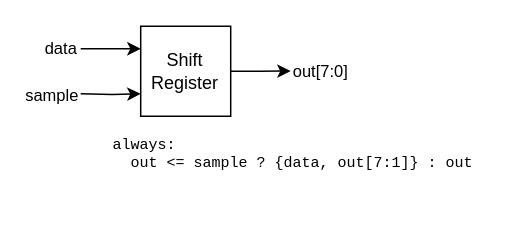
This is page "Shift Register" (5 of 6) of diagrams/usb-rx.drawio from bryceberger/337-project, a draw.io file, before an edit. Source tidied: cells renumbered, new cells numbered last; positions are measured from the earlier drawing's top-left corner, leaving out a move shared by most shapes. Both pictures are drawn from the tidied source at 150%, with x=0, y=0 at pixel (80, 26).
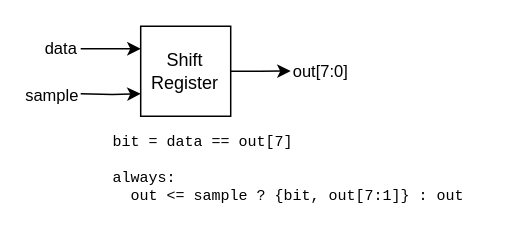
After the change.

Change to the diagram source:
```diff
@@
 <mxGraphModel>
   <root>
     <mxCell id="0" />
     <mxCell id="1" parent="0" />
     <mxCell id="2" style="edgeStyle=orthogonalEdgeStyle;rounded=0;jettySize=auto;html=1;entryX=0;entryY=0.25;entryDx=0;entryDy=0;" parent="1" edge="1" target="8">
       <mxGeometry relative="1" as="geometry">
         <mxPoint x="0.3" y="15" as="sourcePoint" />
         <Array as="points">
           <mxPoint x="0.3" y="15" />
         </Array>
       </mxGeometry>
     </mxCell>
     <mxCell id="3" value="data" style="edgeLabel;html=1;align=center;verticalAlign=middle;" parent="2" vertex="1">
       <mxGeometry x="-0.9" y="-1" relative="1" as="geometry">
         <mxPoint x="-16" y="-2" as="offset" />
       </mxGeometry>
     </mxCell>
     <mxCell id="4" style="edgeStyle=orthogonalEdgeStyle;rounded=0;jettySize=auto;html=1;exitX=0;exitY=0.75;exitDx=0;exitDy=0;entryX=0;entryY=0.75;entryDx=0;entryDy=0;" parent="1" edge="1" target="8">
       <mxGeometry relative="1" as="geometry">
         <mxPoint x="0.3" y="45" as="sourcePoint" />
       </mxGeometry>
     </mxCell>
     <mxCell id="5" value="sample" style="edgeLabel;html=1;align=center;verticalAlign=middle;" parent="4" vertex="1">
       <mxGeometry x="-0.92" relative="1" as="geometry">
         <mxPoint x="-22" as="offset" />
       </mxGeometry>
     </mxCell>
     <mxCell id="6" style="edgeStyle=orthogonalEdgeStyle;rounded=0;jettySize=auto;html=1;exitX=1;exitY=0.5;exitDx=0;exitDy=0;" parent="1" edge="1" source="8">
       <mxGeometry relative="1" as="geometry">
         <mxPoint x="140.3" y="29.8" as="targetPoint" />
       </mxGeometry>
     </mxCell>
     <mxCell id="7" value="out[7:0]" style="edgeLabel;html=1;align=center;verticalAlign=middle;" parent="6" vertex="1">
       <mxGeometry x="0.72" y="1" relative="1" as="geometry">
         <mxPoint x="25" y="1" as="offset" />
       </mxGeometry>
     </mxCell>
     <mxCell id="8" value="Shift&lt;br&gt;Register" style="whiteSpace=wrap;html=1;" parent="1" vertex="1">
       <mxGeometry x="40.3" width="60" height="60" as="geometry" />
     </mxCell>
-    <mxCell id="9" value="always:&lt;br&gt;&amp;nbsp; out &amp;lt;= sample ? {data, out[7:1]} : out" style="text;html=1;strokeColor=none;fillColor=none;align=left;verticalAlign=middle;whiteSpace=wrap;rounded=0;labelBackgroundColor=none;fontFamily=Courier New;fontSize=10;" parent="1" vertex="1">
-      <mxGeometry x="20.3" y="60" width="260" height="50" as="geometry" />
+    <mxCell id="9" value="bit = data == out[7]&lt;br&gt;&lt;br&gt;always:&lt;br&gt;&amp;nbsp; out &amp;lt;= sample ? {bit, out[7:1]} : out" style="text;html=1;strokeColor=none;fillColor=none;align=left;verticalAlign=middle;whiteSpace=wrap;rounded=0;labelBackgroundColor=none;fontFamily=Courier New;fontSize=10;" parent="1" vertex="1">
+      <mxGeometry x="20.3" y="60" width="260" height="70" as="geometry" />
     </mxCell>
   </root>
 </mxGraphModel>
```
